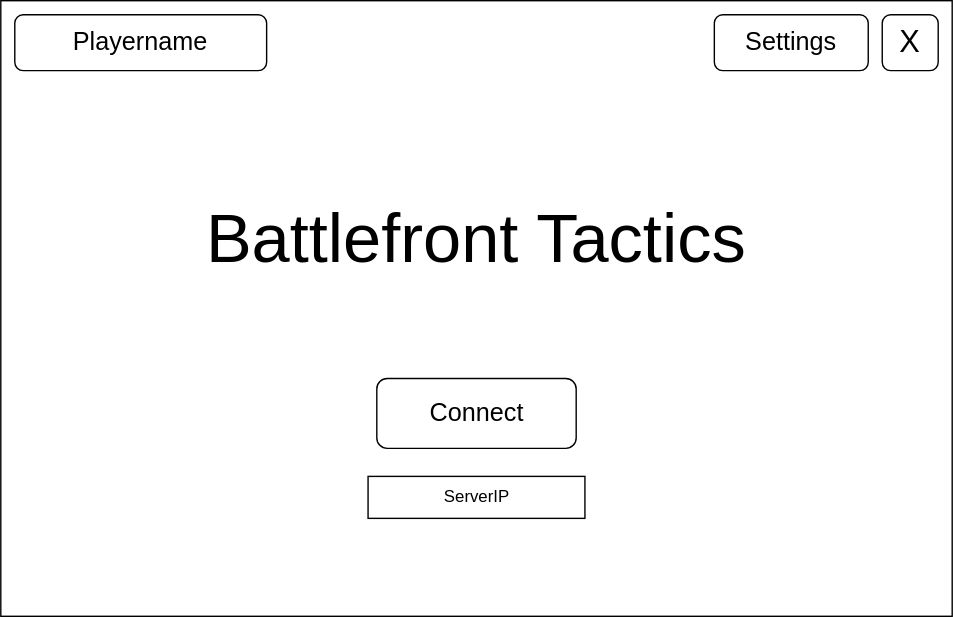
The draw.io diagram Startscreen.drawio.svg in JakobKrug/DrawIO, before a commit. Source tidied: cells renumbered, new cells last; positions are measured from the earlier drawing's top-left corner, leaving out a move shared by most shapes. Its diagram source:
```xml
<mxGraphModel>
  <root>
    <mxCell id="0" />
    <mxCell id="1" parent="0" />
    <mxCell id="2" style="rounded=0;whiteSpace=wrap;html=1;" parent="1" vertex="1">
      <mxGeometry width="680" height="440" as="geometry" />
    </mxCell>
    <mxCell id="3" value="Connect" style="rounded=1;whiteSpace=wrap;html=1;fontSize=18;" parent="1" vertex="1">
      <mxGeometry x="268.8" y="270" width="142.5" height="50" as="geometry" />
    </mxCell>
    <mxCell id="4" value="&lt;font&gt;Battlefront Tactics&lt;br&gt;&lt;/font&gt;" style="text;html=1;align=center;verticalAlign=middle;whiteSpace=wrap;rounded=0;fontSize=49;" parent="1" vertex="1">
      <mxGeometry x="145" y="120" width="390" height="100" as="geometry" />
    </mxCell>
    <mxCell id="5" value="X" style="rounded=1;whiteSpace=wrap;html=1;fontSize=22;" parent="1" vertex="1">
      <mxGeometry x="630" y="10" width="40" height="40" as="geometry" />
    </mxCell>
    <mxCell id="6" value="Settings" style="rounded=1;whiteSpace=wrap;html=1;fontSize=18;" parent="1" vertex="1">
      <mxGeometry x="510" y="10" width="110" height="40" as="geometry" />
    </mxCell>
    <mxCell id="7" value="Playername" style="rounded=1;whiteSpace=wrap;html=1;fontSize=18;" parent="1" vertex="1">
      <mxGeometry x="10" y="10" width="180" height="40" as="geometry" />
    </mxCell>
    <mxCell id="8" value="ServerIP" style="rounded=0;whiteSpace=wrap;html=1;" parent="1" vertex="1">
      <mxGeometry x="262.5" y="340" width="155" height="30" as="geometry" />
    </mxCell>
  </root>
</mxGraphModel>
```
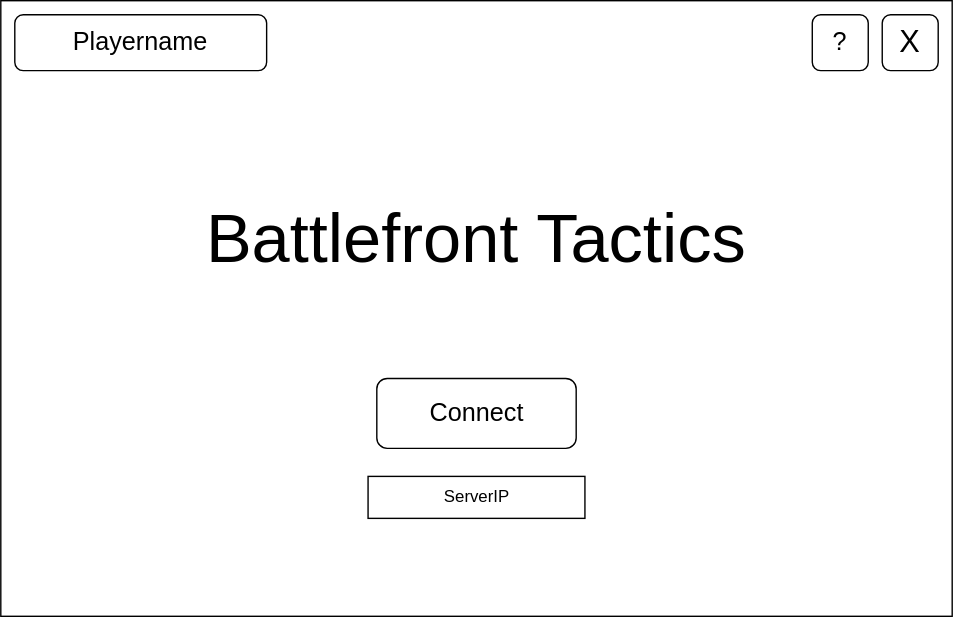
Later version of the same file.

The edit, as a diff of the source:
```diff
@@ -14,8 +14,8 @@
     <mxCell id="5" value="X" style="rounded=1;whiteSpace=wrap;html=1;fontSize=22;" parent="1" vertex="1">
       <mxGeometry x="630" y="10" width="40" height="40" as="geometry" />
     </mxCell>
-    <mxCell id="6" value="Settings" style="rounded=1;whiteSpace=wrap;html=1;fontSize=18;" parent="1" vertex="1">
-      <mxGeometry x="510" y="10" width="110" height="40" as="geometry" />
+    <mxCell id="6" value="?" style="rounded=1;whiteSpace=wrap;html=1;fontSize=18;" parent="1" vertex="1">
+      <mxGeometry x="580" y="10" width="40" height="40" as="geometry" />
     </mxCell>
     <mxCell id="7" value="Playername" style="rounded=1;whiteSpace=wrap;html=1;fontSize=18;" parent="1" vertex="1">
       <mxGeometry x="10" y="10" width="180" height="40" as="geometry" />
```
